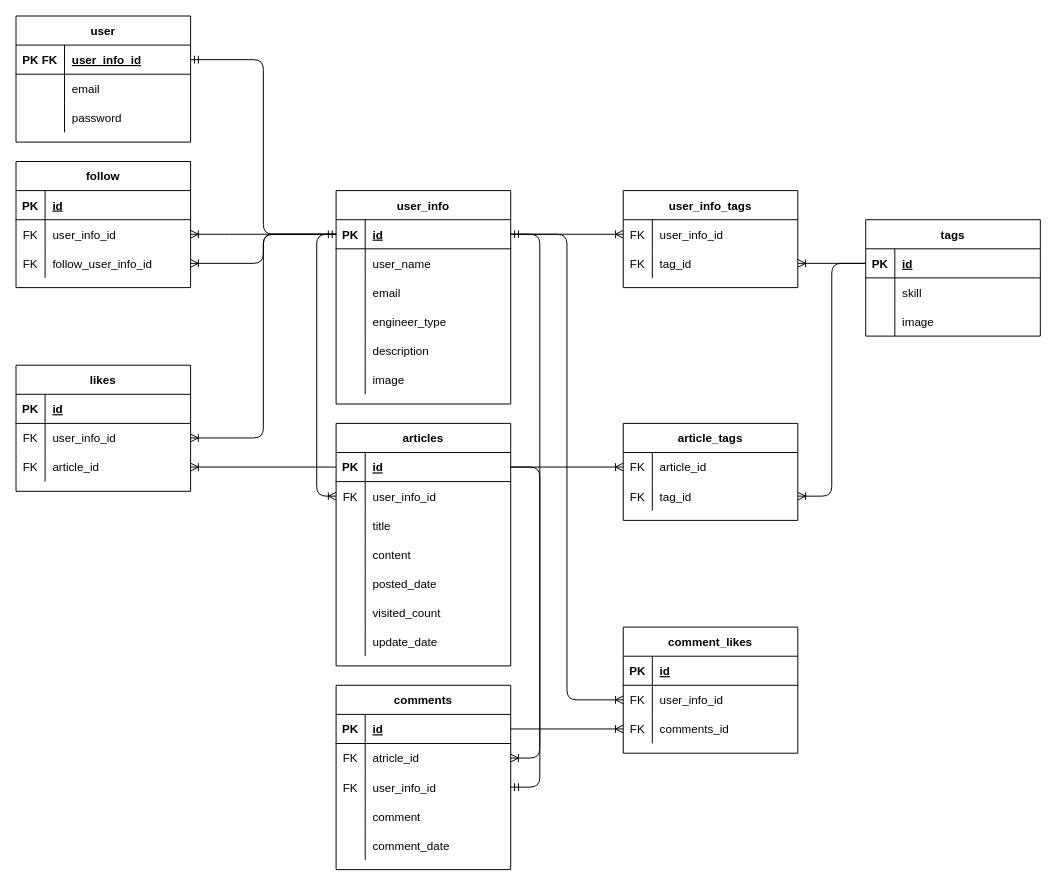
This is Designs/ER図.drawio from yusuke-rakus/Qiish, a draw.io file, before an edit. Source tidied: cells renumbered, new cells numbered last; positions are measured from the earlier drawing's top-left corner, leaving out a move shared by most shapes. Both pictures are drawn from the tidied source at 97%, with x=0, y=0 at pixel (16, 16).
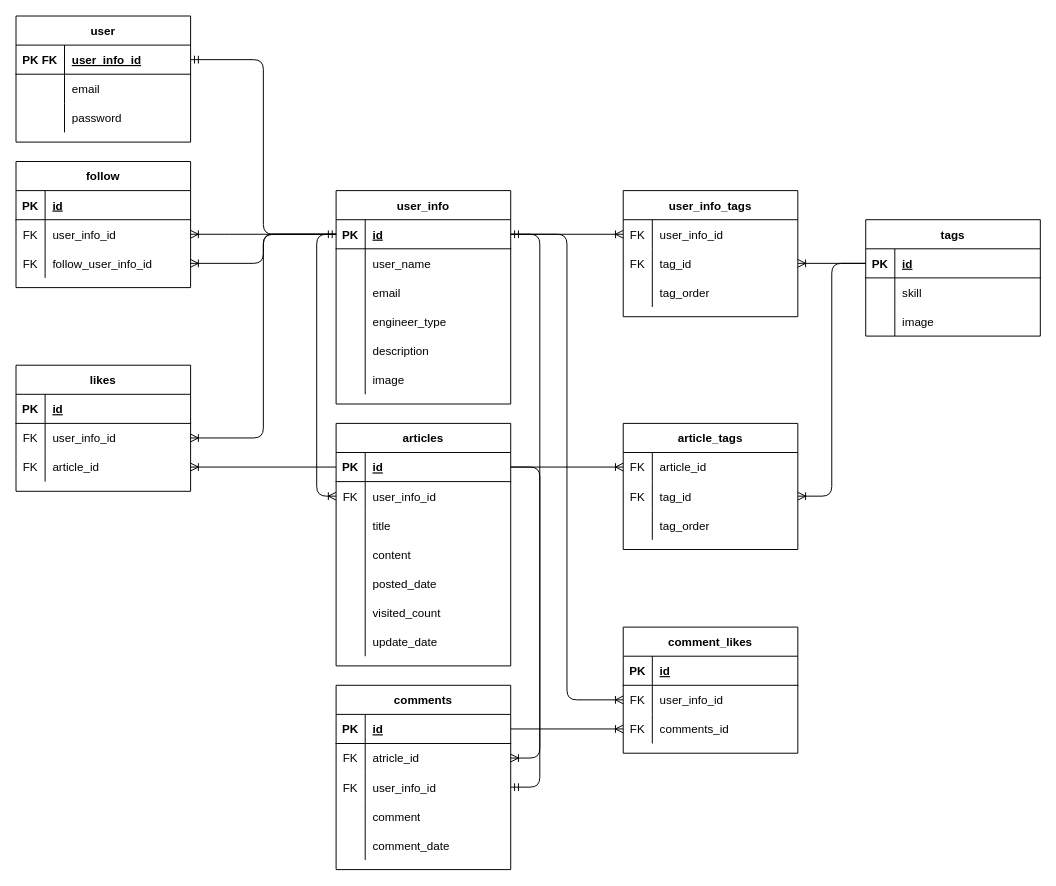
The same page after the edit.

Commit message:
ER図一部修正（tag_order追加）

The edit, as a diff of the source:
```diff
@@
     <mxCell id="83" value="user_info_tags" style="shape=table;startSize=30;childLayout=tableLayout;rowLines=0;fontStyle=1;align=center;" parent="1" vertex="1">
-      <mxGeometry x="626" y="180" width="180" height="100" as="geometry" />
+      <mxGeometry x="626" y="180" width="180" height="130" as="geometry" />
     </mxCell>
@@
+    <mxCell id="137" style="shape=partialRectangle;fillColor=none;top=0;left=0;bottom=0;right=0;" parent="83" vertex="1">
+      <mxGeometry y="90" width="180" height="30" as="geometry" />
+    </mxCell>
+    <mxCell id="138" style="shape=partialRectangle;fillColor=none;top=0;left=0;bottom=0;right=0;overflow=hidden;" parent="137" vertex="1">
+      <mxGeometry width="30" height="30" as="geometry" />
+    </mxCell>
+    <mxCell id="139" value="tag_order" style="shape=partialRectangle;fillColor=none;top=0;left=0;bottom=0;right=0;align=left;spacingLeft=6;overflow=hidden;" parent="137" vertex="1">
+      <mxGeometry x="30" width="150" height="30" as="geometry" />
+    </mxCell>
     <mxCell id="90" value="article_tags" style="shape=table;startSize=30;childLayout=tableLayout;rowLines=0;fontStyle=1;align=center;" parent="1" vertex="1">
-      <mxGeometry x="626" y="420" width="180" height="100" as="geometry" />
+      <mxGeometry x="626" y="420" width="180" height="130" as="geometry" />
     </mxCell>
@@
+    <mxCell id="140" style="shape=partialRectangle;fillColor=none;top=0;left=0;bottom=0;right=0;" parent="90" vertex="1">
+      <mxGeometry y="90" width="180" height="30" as="geometry" />
+    </mxCell>
+    <mxCell id="141" style="shape=partialRectangle;fillColor=none;top=0;left=0;bottom=0;right=0;overflow=hidden;" parent="140" vertex="1">
+      <mxGeometry width="30" height="30" as="geometry" />
+    </mxCell>
+    <mxCell id="142" value="tag_order" style="shape=partialRectangle;fillColor=none;top=0;left=0;bottom=0;right=0;align=left;spacingLeft=6;overflow=hidden;" parent="140" vertex="1">
+      <mxGeometry x="30" width="150" height="30" as="geometry" />
+    </mxCell>
```
